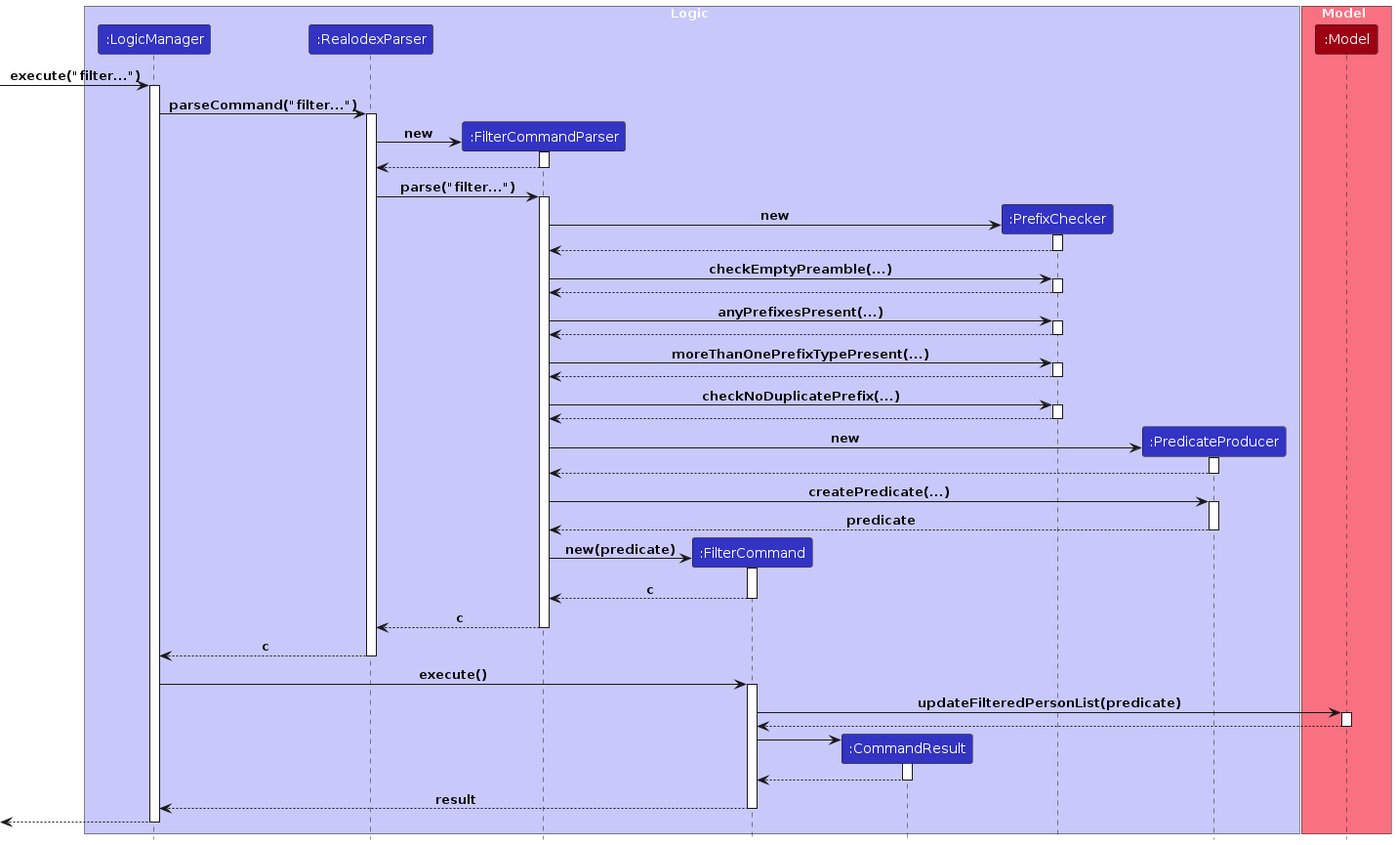
This is diagrams/filter/FilterSequenceDiagram.png from AY2324S2-CS2103T-W10-1/tp, a PlantUML export, as it was before one commit. Its source is kept beside it as diagrams/filter/FilterSequenceDiagram.puml.
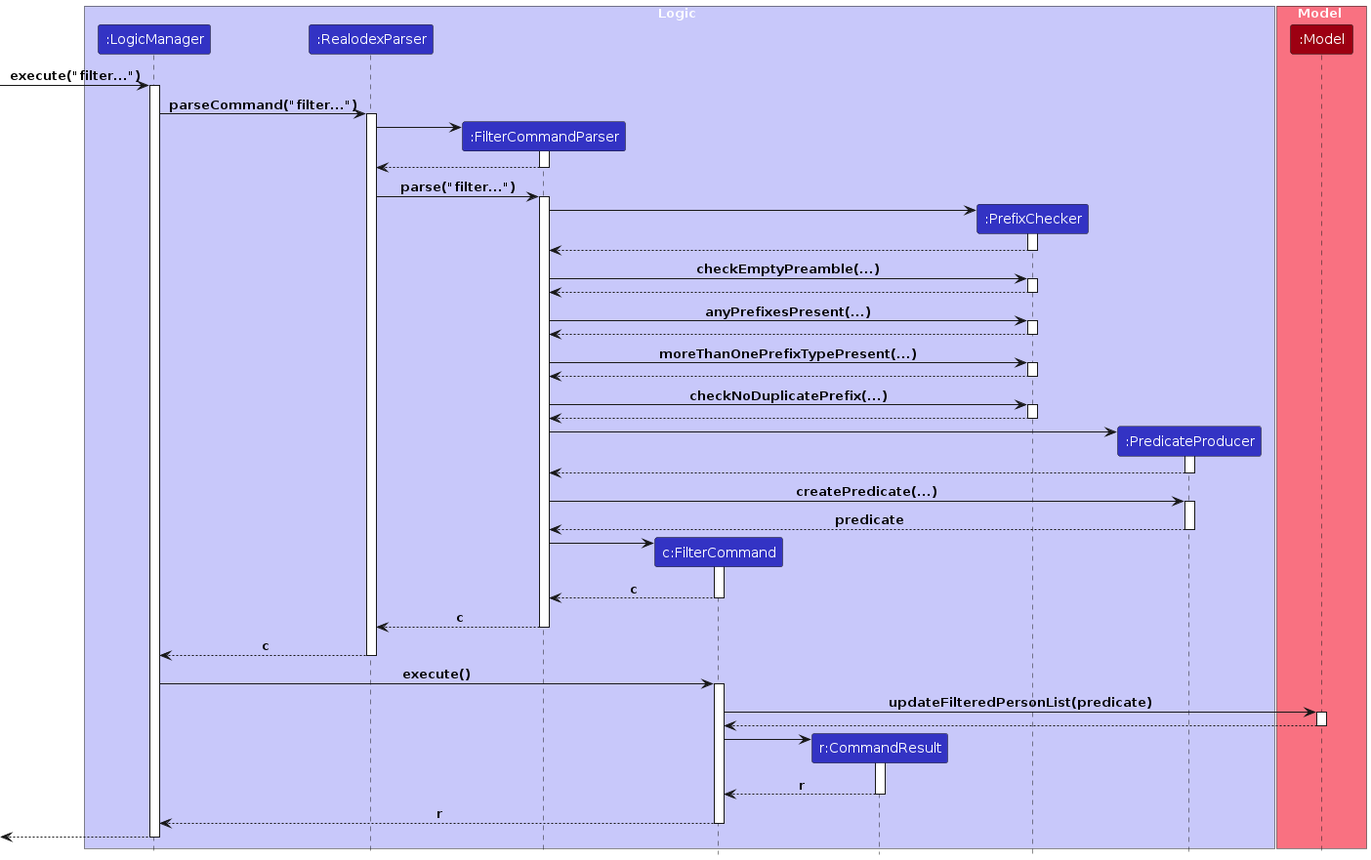
The same diagram one commit later.

What changed in the source:
```diff
@@ -5,8 +5,8 @@
 participant ":LogicManager" as LogicManager LOGIC_COLOR
 participant ":RealodexParser" as RealodexParser LOGIC_COLOR
 participant ":FilterCommandParser" as FilterCommandParser LOGIC_COLOR
-participant ":FilterCommand" as FilterCommand LOGIC_COLOR
-participant ":CommandResult" as CommandResult LOGIC_COLOR
+participant "c:FilterCommand" as FilterCommand LOGIC_COLOR
+participant "r:CommandResult" as CommandResult LOGIC_COLOR
 participant ":PrefixChecker" as PrefixChecker LOGIC_COLOR
 participant ":PredicateProducer" as PredicateProducer LOGIC_COLOR
 end box
@@ -22,7 +22,7 @@
 activate RealodexParser
 
 create FilterCommandParser
-RealodexParser -> FilterCommandParser : new
+RealodexParser -> FilterCommandParser :
 activate FilterCommandParser
 
 FilterCommandParser --> RealodexParser
@@ -32,7 +32,7 @@
 activate FilterCommandParser
 
 create PrefixChecker
-FilterCommandParser -> PrefixChecker : new
+FilterCommandParser -> PrefixChecker :
 activate PrefixChecker
 
 PrefixChecker --> FilterCommandParser
@@ -63,7 +63,7 @@
 deactivate PrefixChecker
 
 create PredicateProducer
-FilterCommandParser -> PredicateProducer : new
+FilterCommandParser -> PredicateProducer :
 activate PredicateProducer
 
 PredicateProducer --> FilterCommandParser :
@@ -76,7 +76,7 @@
 deactivate PredicateProducer
 
 create FilterCommand
-FilterCommandParser -> FilterCommand : new(predicate)
+FilterCommandParser -> FilterCommand :
 activate FilterCommand
 
 FilterCommand --> FilterCommandParser : c
@@ -101,10 +101,10 @@
 FilterCommand -> CommandResult :
 activate CommandResult
 
-CommandResult --> FilterCommand
+CommandResult --> FilterCommand : r
 deactivate CommandResult
 
-FilterCommand --> LogicManager : result
+FilterCommand --> LogicManager : r
 deactivate FilterCommand
 
 [<--LogicManager
```
